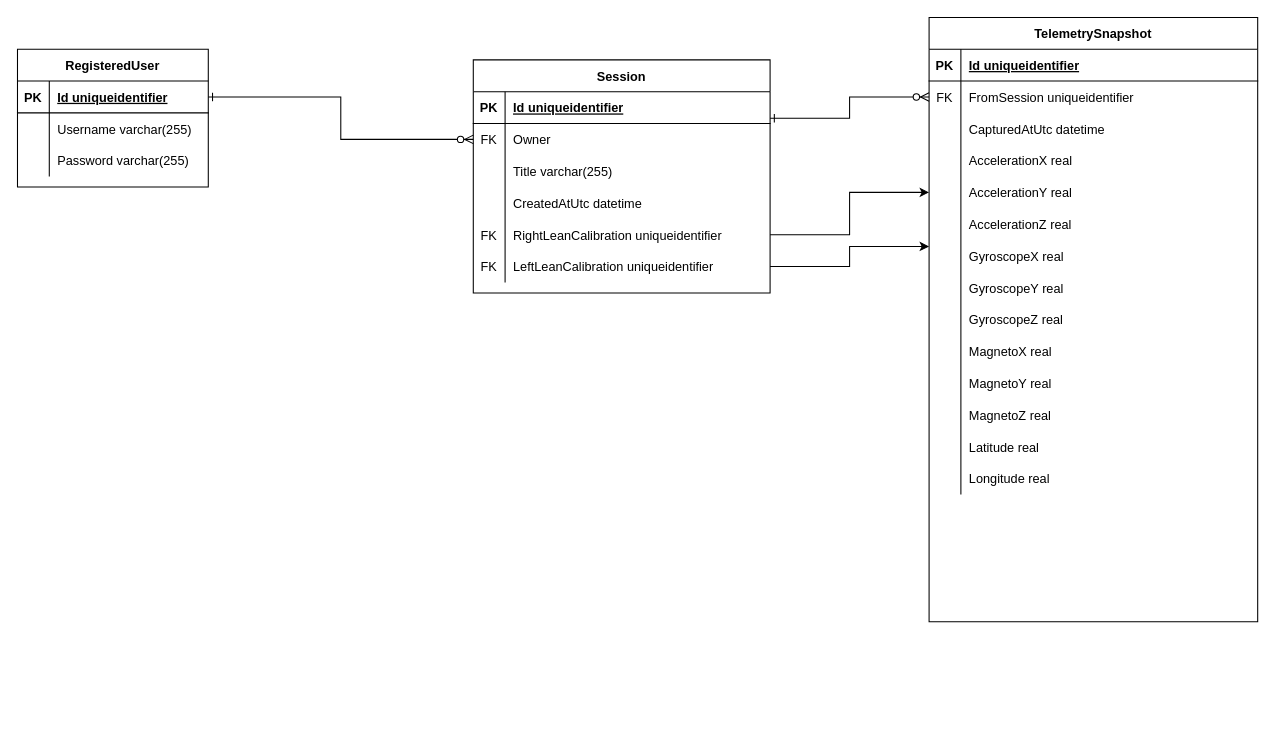
Before: ERD.drawio in TimHanewich/TimHanewich.TelemetryFeed, a draw.io diagram. Source tidied: cells renumbered, new cells numbered last; positions are measured from the earlier drawing's top-left corner, leaving out a move shared by most shapes. Both pictures are drawn from the tidied source at 106%, with x=0, y=0 at pixel (17, 17).
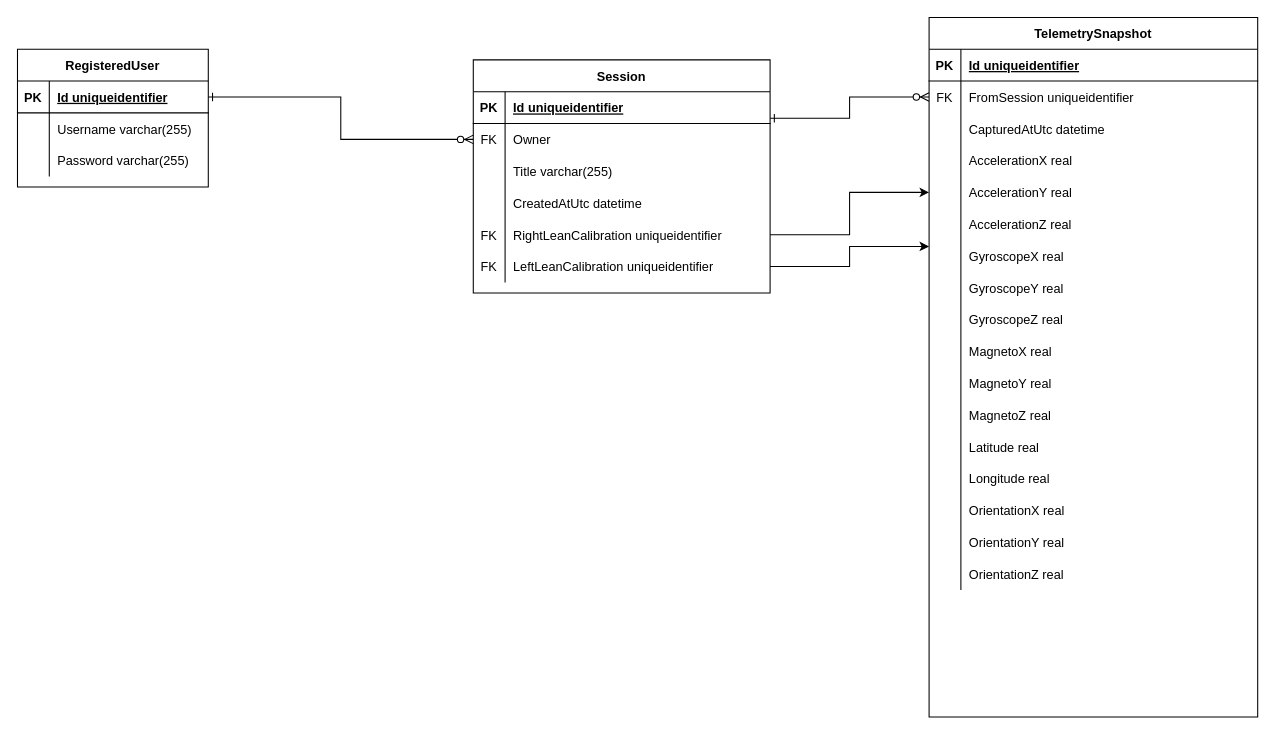
Above is the later version.

Commit message:
Added Orientation X y and z to ERD

What changed in the source:
```diff
@@
     <mxCell id="2" value="TelemetrySnapshot" style="shape=table;startSize=30;childLayout=tableLayout;rowLines=0;fontStyle=1;align=center;" parent="1" vertex="1">
-      <mxGeometry x="860" width="310" height="570" as="geometry" />
+      <mxGeometry x="860" width="310" height="660" as="geometry" />
     </mxCell>
@@
+    <mxCell id="78" style="shape=partialRectangle;fillColor=none;top=0;left=0;bottom=0;right=0;" parent="2" vertex="1">
+      <mxGeometry y="450" width="310" height="30" as="geometry" />
+    </mxCell>
+    <mxCell id="79" style="shape=partialRectangle;fillColor=none;top=0;left=0;bottom=0;right=0;overflow=hidden;" parent="78" vertex="1">
+      <mxGeometry width="30" height="30" as="geometry" />
+    </mxCell>
+    <mxCell id="80" value="OrientationX real" style="shape=partialRectangle;fillColor=none;top=0;left=0;bottom=0;right=0;align=left;spacingLeft=6;overflow=hidden;" parent="78" vertex="1">
+      <mxGeometry x="30" width="280" height="30" as="geometry" />
+    </mxCell>
+    <mxCell id="81" style="shape=partialRectangle;fillColor=none;top=0;left=0;bottom=0;right=0;" parent="2" vertex="1">
+      <mxGeometry y="480" width="310" height="30" as="geometry" />
+    </mxCell>
+    <mxCell id="82" style="shape=partialRectangle;fillColor=none;top=0;left=0;bottom=0;right=0;overflow=hidden;" parent="81" vertex="1">
+      <mxGeometry width="30" height="30" as="geometry" />
+    </mxCell>
+    <mxCell id="83" value="OrientationY real" style="shape=partialRectangle;fillColor=none;top=0;left=0;bottom=0;right=0;align=left;spacingLeft=6;overflow=hidden;" parent="81" vertex="1">
+      <mxGeometry x="30" width="280" height="30" as="geometry" />
+    </mxCell>
+    <mxCell id="84" style="shape=partialRectangle;fillColor=none;top=0;left=0;bottom=0;right=0;" parent="2" vertex="1">
+      <mxGeometry y="510" width="310" height="30" as="geometry" />
+    </mxCell>
+    <mxCell id="85" style="shape=partialRectangle;fillColor=none;top=0;left=0;bottom=0;right=0;overflow=hidden;" parent="84" vertex="1">
+      <mxGeometry width="30" height="30" as="geometry" />
+    </mxCell>
+    <mxCell id="86" value="OrientationZ real" style="shape=partialRectangle;fillColor=none;top=0;left=0;bottom=0;right=0;align=left;spacingLeft=6;overflow=hidden;" parent="84" vertex="1">
+      <mxGeometry x="30" width="280" height="30" as="geometry" />
+    </mxCell>
```
